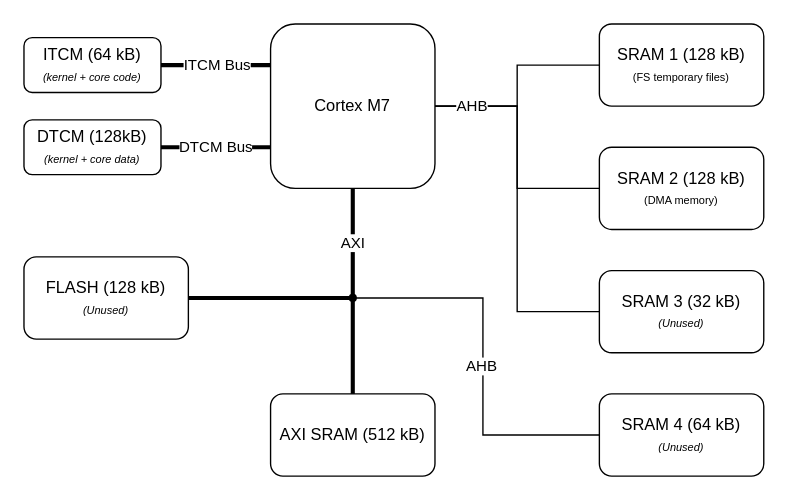
TOLOSAT/flight-software keeps this draw.io diagram as doc/memory-management/STM32H750_memory_schem.drawio. Above is the earlier version. Source tidied: cells renumbered, new cells numbered last; positions are measured from the earlier drawing's top-left corner, leaving out a move shared by most shapes. Both pictures are drawn from the tidied source at 137%, with x=0, y=0 at pixel (23, 23).
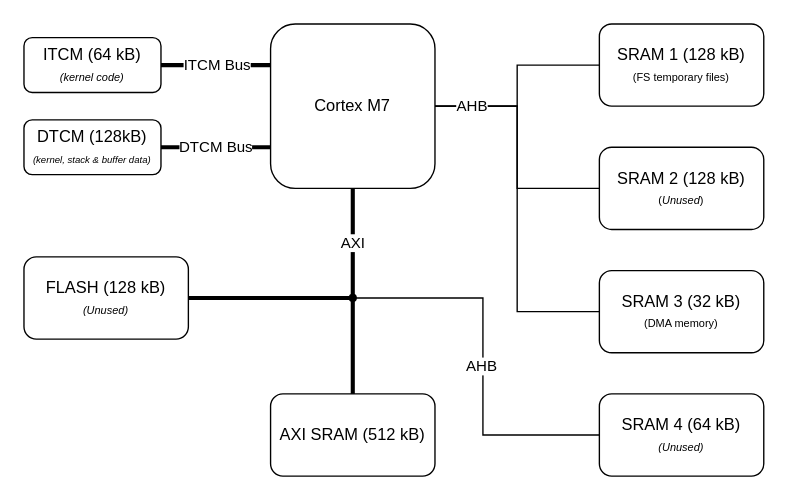
Above is the later version.

Commit message (it also covers changes not shown here):
New linker script with all the desired section, put some data in DTCM to be more efficient

Change to the diagram source:
```diff
@@
-    <mxCell id="9" value="ITCM (64 kB)&lt;br&gt;&lt;font style=&quot;font-size: 8px;&quot;&gt;&lt;i&gt;(kernel + core code)&lt;/i&gt;&lt;/font&gt;" style="rounded=1;whiteSpace=wrap;html=1;" parent="1" vertex="1">
+    <mxCell id="9" value="ITCM (64 kB)&lt;br&gt;&lt;font style=&quot;font-size: 8px;&quot;&gt;&lt;i&gt;(kernel code)&lt;/i&gt;&lt;/font&gt;" style="rounded=1;whiteSpace=wrap;html=1;" parent="1" vertex="1">
       <mxGeometry y="10" width="100" height="40" as="geometry" />
     </mxCell>
-    <mxCell id="10" value="DTCM (128kB)&lt;br&gt;&lt;font style=&quot;font-size: 8px;&quot;&gt;&lt;i&gt;(kernel + core data)&lt;/i&gt;&lt;/font&gt;" style="rounded=1;whiteSpace=wrap;html=1;" parent="1" vertex="1">
+    <mxCell id="10" value="DTCM (128kB)&lt;br&gt;&lt;font size=&quot;1&quot; style=&quot;&quot;&gt;&lt;i style=&quot;font-size: 7px;&quot;&gt;(kernel, stack &amp;amp; buffer data)&lt;/i&gt;&lt;/font&gt;" style="rounded=1;whiteSpace=wrap;html=1;" parent="1" vertex="1">
       <mxGeometry y="70" width="100" height="40" as="geometry" />
     </mxCell>
@@
-    <mxCell id="13" value="SRAM 2 (128 kB)&lt;br&gt;&lt;font style=&quot;font-size: 8px;&quot;&gt;(DMA memory)&lt;/font&gt;" style="rounded=1;whiteSpace=wrap;html=1;" parent="1" vertex="1">
+    <mxCell id="13" value="SRAM 2 (128 kB)&lt;br&gt;&lt;font style=&quot;font-size: 8px;&quot;&gt;(&lt;i&gt;Unused&lt;/i&gt;)&lt;/font&gt;" style="rounded=1;whiteSpace=wrap;html=1;" parent="1" vertex="1">
       <mxGeometry x="420" y="90" width="120" height="60" as="geometry" />
     </mxCell>
-    <mxCell id="14" value="SRAM 3 (32 kB)&lt;br&gt;&lt;font style=&quot;font-size: 8px;&quot;&gt;&lt;i&gt;(Unused)&lt;/i&gt;&lt;/font&gt;" style="rounded=1;whiteSpace=wrap;html=1;" parent="1" vertex="1">
+    <mxCell id="14" value="SRAM 3 (32 kB)&lt;br&gt;&lt;span style=&quot;font-size: 8px;&quot;&gt;(DMA memory)&lt;/span&gt;" style="rounded=1;whiteSpace=wrap;html=1;" parent="1" vertex="1">
       <mxGeometry x="420" y="180" width="120" height="60" as="geometry" />
     </mxCell>
```
